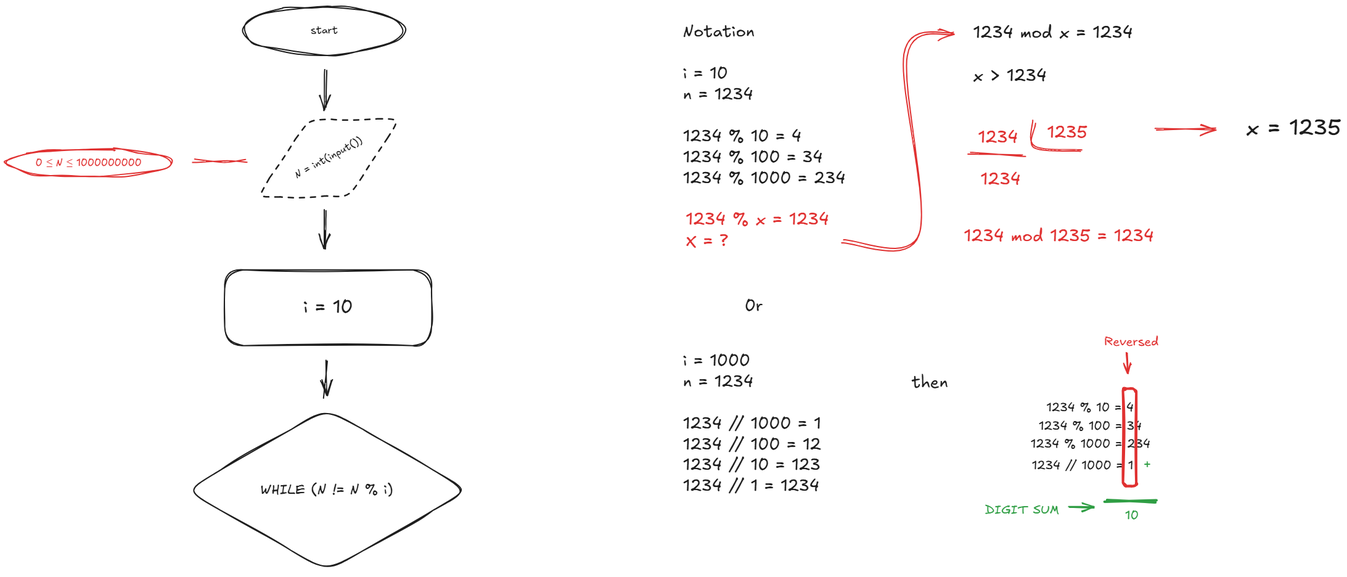
samuelgs008/AI-Journey keeps this Excalidraw diagram as 01-python-foundations/01-fundamentals/16-challenge-reverse-number/.excalidraw.png. Above is the earlier version. Source tidied: one line per element, renumbered; positions are measured from the earlier drawing's top-left corner, leaving out a move shared by most shapes.
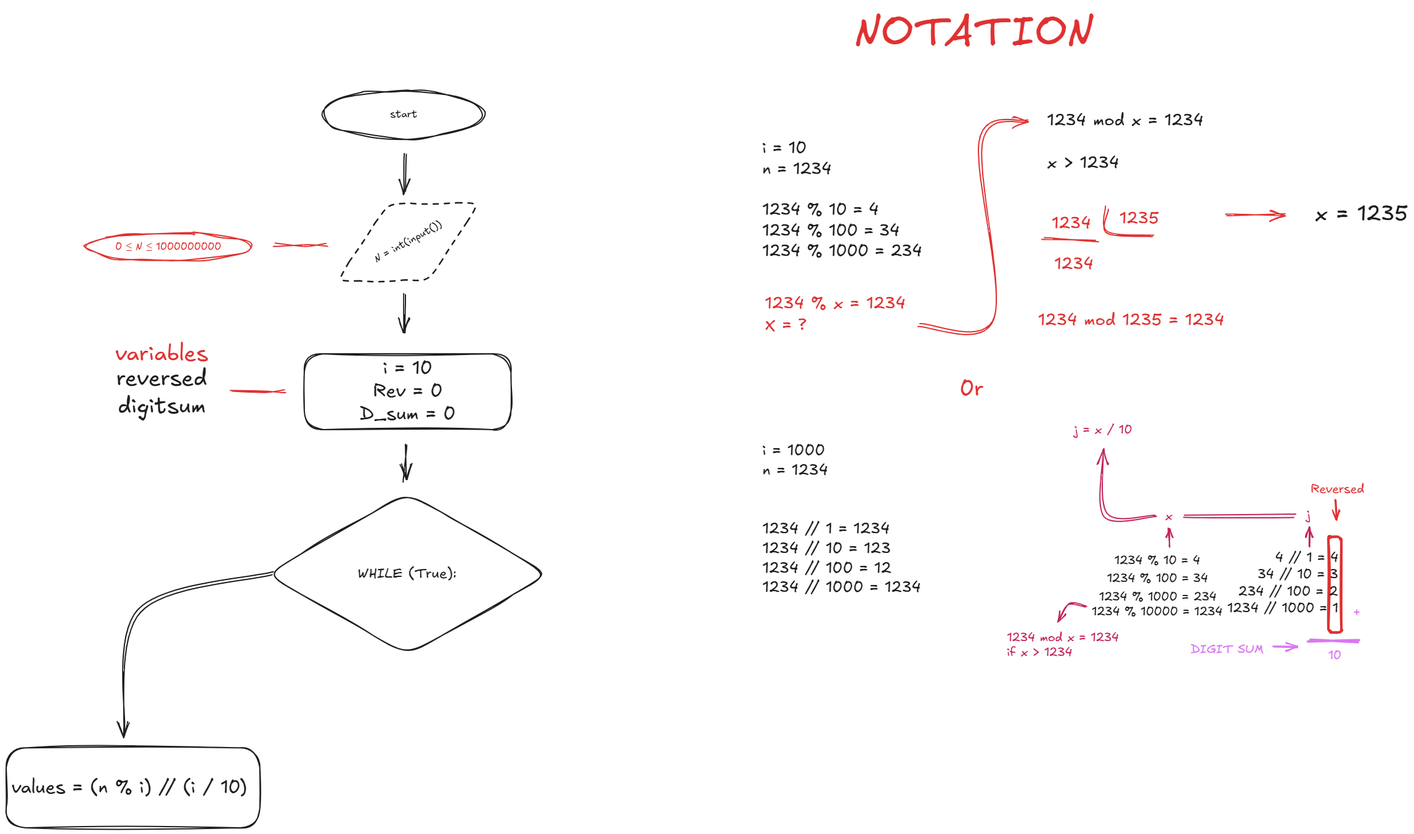
Above is the later version.

Commit message:
Update exercise 16 attempt and drawing

What changed in the source:
```diff
@@ -1,41 +1,57 @@
 {"id": 0, "type": "ellipse", "strokeColor": "#e03131", "strokeWidth": 2, "roughness": 2, "round": true, "x": 0, "y": 232, "width": 267, "height": 45}
 {"id": 1, "type": "text", "text": "0 ≤ N ≤ 1000000000", "strokeColor": "#e03131", "strokeWidth": 2, "roughness": 2, "fontSize": 16.54, "fontFamily": 5, "textAlign": "center", "verticalAlign": "middle", "inside": 0, "x": 48, "y": 244, "width": 172, "height": 21}
-{"id": 2, "type": "line", "strokeColor": "#e03131", "angle": 4.7, "strokeWidth": 2, "roughness": 2, "round": true, "x": 345, "y": 294, "width": 2, "height": 88, "points": [[0, 0], [2, -34], [2, -88]]}
+{"id": 2, "type": "line", "strokeColor": "#e03131", "angle": 4.7, "strokeWidth": 2, "roughness": 2, "round": true, "x": 346, "y": 294, "width": 2, "height": 88, "points": [[0, 0], [2, -34], [2, -88]]}
 {"id": 3, "type": "ellipse", "strokeColor": "#1e1e1e", "strokeWidth": 2, "roughness": 2, "round": true, "x": 385, "y": 0, "width": 262, "height": 79}
 {"id": 4, "type": "text", "text": "start", "strokeColor": "#1e1e1e", "strokeWidth": 2, "roughness": 2, "fontSize": 16.54, "fontFamily": 5, "textAlign": "center", "verticalAlign": "middle", "inside": 3, "x": 494, "y": 29, "width": 44, "height": 21}
 {"id": 5, "type": "diamond", "strokeColor": "#1e1e1e", "angle": 5.78, "strokeWidth": 2, "strokeStyle": "dashed", "roughness": 2, "round": true, "x": 390, "y": 176, "width": 266, "height": 140}
 {"id": 6, "type": "text", "text": "N = int(input())", "strokeColor": "#1e1e1e", "angle": 5.78, "strokeWidth": 2, "strokeStyle": "dashed", "roughness": 2, "fontSize": 16.54, "fontFamily": 5, "textAlign": "center", "verticalAlign": "middle", "inside": 5, "x": 462, "y": 236, "width": 122, "height": 21}
-{"id": 7, "type": "diamond", "strokeColor": "#1e1e1e", "strokeWidth": 2, "roughness": 2, "round": true, "x": 291, "y": 653, "width": 459, "height": 264}
+{"id": 7, "type": "diamond", "strokeColor": "#1e1e1e", "strokeWidth": 2, "roughness": 2, "round": true, "x": 292, "y": 653, "width": 459, "height": 264}
-{"id": 8, "type": "text", "text": "WHILE (N != N % i)", "strokeColor": "#1e1e1e", "strokeWidth": 2, "roughness": 2, "fontSize": 23.16, "fontFamily": 5, "textAlign": "center", "verticalAlign": "middle", "inside": 7, "x": 412, "y": 771, "width": 215, "height": 29}
+{"id": 8, "type": "text", "text": "WHILE (True):", "strokeColor": "#1e1e1e", "strokeWidth": 2, "roughness": 2, "fontSize": 23.16, "fontFamily": 5, "textAlign": "center", "verticalAlign": "middle", "inside": 7, "x": 441, "y": 771, "width": 161, "height": 29}
 {"id": 9, "type": "rectangle", "strokeColor": "#1e1e1e", "strokeWidth": 2, "roughness": 2, "round": true, "x": 354, "y": 428, "width": 336, "height": 123}
-{"id": 10, "type": "text", "text": "i = 10", "strokeColor": "#1e1e1e", "strokeWidth": 2, "roughness": 2, "fontSize": 29.77, "fontFamily": 5, "textAlign": "center", "verticalAlign": "middle", "inside": 9, "x": 482, "y": 471, "width": 80, "height": 37}
+{"id": 10, "type": "text", "text": "i = 10\nRev = 0\nD_sum = 0", "strokeColor": "#1e1e1e", "strokeWidth": 2, "roughness": 2, "fontSize": 29.77, "fontFamily": 5, "textAlign": "center", "verticalAlign": "middle", "inside": 9, "x": 445, "y": 433, "width": 155, "height": 112}
 {"id": 11, "type": "arrow", "strokeColor": "#1e1e1e", "strokeWidth": 2, "roughness": 2, "endArrowhead": "arrow", "round": true, "x": 519, "y": 574, "width": 1, "height": 61, "points": [[0, 0], [-1, 61]]}
 {"id": 12, "type": "arrow", "strokeColor": "#1e1e1e", "strokeWidth": 2, "roughness": 2, "endArrowhead": "arrow", "round": true, "x": 517, "y": 330, "width": 1, "height": 61, "points": [[0, 0], [-1, 61]]}
 {"id": 13, "type": "arrow", "strokeColor": "#1e1e1e", "strokeWidth": 2, "roughness": 2, "endArrowhead": "arrow", "round": true, "x": 520, "y": 102, "width": 1, "height": 61, "points": [[0, 0], [-1, 61]]}
-{"id": 14, "type": "text", "text": "Notation\n\ni = 10\nn = 1234\n\n1234 % 10 = 4\n1234 % 100 = 34\n1234 % 1000 = 234", "strokeColor": "#1e1e1e", "strokeWidth": 2, "roughness": 2, "fontSize": 27.17, "fontFamily": 5, "x": 1098, "y": 25, "width": 264, "height": 272}
+{"id": 14, "type": "text", "text": "\n\ni = 10\nn = 1234\n\n1234 % 10 = 4\n1234 % 100 = 34\n1234 % 1000 = 234", "strokeColor": "#1e1e1e", "strokeWidth": 2, "roughness": 2, "fontSize": 26.67, "fontFamily": 5, "x": 1098, "y": 12, "width": 259, "height": 267}
-{"id": 15, "type": "text", "text": "1234 mod x = 1234\n\nx > 1234\n \n", "strokeColor": "#1e1e1e", "strokeWidth": 2, "roughness": 2, "fontSize": 28, "fontFamily": 5, "x": 1569, "y": 27, "width": 259, "height": 175}
+{"id": 15, "type": "text", "text": "1234 mod x = 1234\n\nx > 1234\n \n", "strokeColor": "#1e1e1e", "strokeWidth": 2, "roughness": 2, "fontSize": 27.49, "fontFamily": 5, "x": 1560, "y": 33, "width": 254, "height": 172}
-{"id": 16, "type": "text", "text": "1234 % x = 1234\nX = ?", "strokeColor": "#e03131", "strokeWidth": 2, "roughness": 2, "fontSize": 28, "fontFamily": 5, "x": 1102, "y": 329, "width": 233, "height": 70}
+{"id": 16, "type": "text", "text": "1234 % x = 1234\nX = ?", "strokeColor": "#e03131", "strokeWidth": 2, "roughness": 2, "fontSize": 27.49, "fontFamily": 5, "x": 1102, "y": 330, "width": 228, "height": 69}
-{"id": 17, "type": "arrow", "strokeColor": "#e03131", "strokeWidth": 2, "roughness": 2, "endArrowhead": "arrow", "round": true, "x": 1358, "y": 382, "width": 179, "height": 340, "points": [[0, 0], [121, -14], [101, -304], [179, -340]]}
+{"id": 17, "type": "arrow", "strokeColor": "#e03131", "strokeWidth": 2, "roughness": 2, "endArrowhead": "arrow", "round": true, "x": 1353, "y": 381, "width": 175, "height": 334, "points": [[0, 0], [119, -14], [99, -298], [175, -334]]}
-{"id": 18, "type": "text", "text": "1234", "strokeColor": "#e03131", "strokeWidth": 2, "roughness": 2, "fontSize": 28, "fontFamily": 5, "x": 1576, "y": 196, "width": 65, "height": 35}
+{"id": 18, "type": "text", "text": "1234", "strokeColor": "#e03131", "strokeWidth": 2, "roughness": 2, "fontSize": 27.49, "fontFamily": 5, "x": 1568, "y": 199, "width": 64, "height": 34}
-{"id": 19, "type": "line", "strokeColor": "#e03131", "strokeWidth": 2, "roughness": 2, "round": true, "x": 1666, "y": 187, "width": 79, "height": 48, "points": [[0, 0], [0, 42], [79, 48]]}
+{"id": 19, "type": "line", "strokeColor": "#e03131", "strokeWidth": 2, "roughness": 2, "round": true, "x": 1656, "y": 190, "width": 77, "height": 47, "points": [[0, 0], [0, 41], [77, 47]]}
-{"id": 20, "type": "text", "text": "1235", "strokeColor": "#e03131", "strokeWidth": 2, "roughness": 2, "fontSize": 28, "fontFamily": 5, "x": 1688, "y": 189, "width": 66, "height": 35}
+{"id": 20, "type": "text", "text": "1235", "strokeColor": "#e03131", "strokeWidth": 2, "roughness": 2, "fontSize": 27.49, "fontFamily": 5, "x": 1678, "y": 192, "width": 65, "height": 34}
-{"id": 21, "type": "text", "text": "1234 mod 1235 = 1234", "strokeColor": "#e03131", "strokeWidth": 2, "roughness": 2, "fontSize": 28, "fontFamily": 5, "x": 1554, "y": 356, "width": 308, "height": 35}
+{"id": 21, "type": "text", "text": "1234 mod 1235 = 1234", "strokeColor": "#e03131", "strokeWidth": 2, "roughness": 2, "fontSize": 27.49, "fontFamily": 5, "x": 1545, "y": 356, "width": 303, "height": 34}
-{"id": 22, "type": "line", "strokeColor": "#e03131", "strokeWidth": 2, "roughness": 2, "round": true, "x": 1562, "y": 241, "width": 89, "height": 3, "points": [[0, 0], [89, 3]]}
+{"id": 22, "type": "line", "strokeColor": "#e03131", "strokeWidth": 2, "roughness": 2, "round": true, "x": 1554, "y": 243, "width": 87, "height": 3, "points": [[0, 0], [87, 3]]}
-{"id": 23, "type": "text", "text": "1234", "strokeColor": "#e03131", "strokeWidth": 2, "roughness": 2, "fontSize": 28, "fontFamily": 5, "x": 1581, "y": 264, "width": 65, "height": 35}
+{"id": 23, "type": "text", "text": "1234", "strokeColor": "#e03131", "strokeWidth": 2, "roughness": 2, "fontSize": 27.49, "fontFamily": 5, "x": 1572, "y": 266, "width": 64, "height": 34}
-{"id": 24, "type": "text", "text": "x = 1235", "strokeColor": "#1e1e1e", "strokeWidth": 2, "roughness": 2, "fontSize": 36, "fontFamily": 5, "x": 2011, "y": 177, "width": 155, "height": 45}
+{"id": 24, "type": "text", "text": "x = 1235", "strokeColor": "#1e1e1e", "strokeWidth": 2, "roughness": 2, "fontSize": 35.35, "fontFamily": 5, "x": 1995, "y": 180, "width": 152, "height": 44}
-{"id": 25, "type": "arrow", "strokeColor": "#e03131", "strokeWidth": 2, "roughness": 2, "endArrowhead": "arrow", "round": true, "x": 1864, "y": 201, "width": 96, "height": 2, "points": [[0, 0], [96, -2]]}
+{"id": 25, "type": "arrow", "strokeColor": "#e03131", "strokeWidth": 2, "roughness": 2, "endArrowhead": "arrow", "round": true, "x": 1850, "y": 204, "width": 94, "height": 2, "points": [[0, 0], [94, -2]]}
-{"id": 26, "type": "text", "text": "0r", "strokeColor": "#1e1e1e", "strokeWidth": 2, "roughness": 2, "fontSize": 27.17, "fontFamily": 5, "x": 1198, "y": 470, "width": 29, "height": 34}
+{"id": 26, "type": "text", "text": "0r", "strokeColor": "#e03131", "strokeWidth": 2, "roughness": 2, "fontSize": 36, "fontFamily": 5, "x": 1418, "y": 463, "width": 39, "height": 45}
-{"id": 27, "type": "text", "text": "\ni = 1000\nn = 1234\n\n1234 // 1000 = 1\n1234 // 100 = 12\n1234 // 10 = 123\n1234 // 1 = 1234", "strokeColor": "#1e1e1e", "strokeWidth": 2, "roughness": 2, "fontSize": 27.17, "fontFamily": 5, "x": 1098, "y": 525, "width": 250, "height": 272}
+{"id": 27, "type": "text", "text": "\ni = 1000\nn = 1234\n\n\n1234 // 1 = 1234\n1234 // 10 = 123\n1234 // 100 = 12\n1234 // 1000 = 1234\n", "strokeColor": "#1e1e1e", "strokeWidth": 2, "roughness": 2, "fontSize": 25.43, "fontFamily": 5, "x": 1098, "y": 537, "width": 277, "height": 318}
-{"id": 28, "type": "text", "text": "then", "strokeColor": "#1e1e1e", "strokeWidth": 2, "roughness": 2, "fontSize": 27.17, "fontFamily": 5, "x": 1469, "y": 594, "width": 59, "height": 34}
-{"id": 29, "type": "text", "text": "1234 % 10 = 4", "strokeColor": "#1e1e1e", "strokeWidth": 2, "roughness": 2, "fontSize": 20, "fontFamily": 5, "x": 1687, "y": 639, "width": 141, "height": 25}
+{"id": 29, "type": "text", "text": "1234 % 10 = 4", "strokeColor": "#1e1e1e", "strokeWidth": 2, "roughness": 2, "fontSize": 19.64, "fontFamily": 5, "x": 1669, "y": 752, "width": 139, "height": 25}
-{"id": 30, "type": "text", "text": "1234 % 100 = 34", "strokeColor": "#1e1e1e", "strokeWidth": 2, "roughness": 2, "fontSize": 20, "fontFamily": 5, "x": 1675, "y": 669, "width": 167, "height": 25}
+{"id": 30, "type": "text", "text": "1234 % 100 = 34", "strokeColor": "#1e1e1e", "strokeWidth": 2, "roughness": 2, "fontSize": 19.64, "fontFamily": 5, "x": 1657, "y": 781, "width": 164, "height": 25}
-{"id": 31, "type": "text", "text": "1234 % 1000 = 234", "strokeColor": "#1e1e1e", "strokeWidth": 2, "roughness": 2, "fontSize": 20, "fontFamily": 5, "x": 1662, "y": 699, "width": 194, "height": 25}
+{"id": 31, "type": "text", "text": "1234 % 1000 = 234", "strokeColor": "#1e1e1e", "strokeWidth": 2, "roughness": 2, "fontSize": 19.64, "fontFamily": 5, "x": 1644, "y": 810, "width": 191, "height": 25}
-{"id": 32, "type": "text", "text": "1234 // 1000 = 1", "strokeColor": "#1e1e1e", "strokeWidth": 2, "roughness": 2, "fontSize": 20, "fontFamily": 5, "x": 1664, "y": 734, "width": 165, "height": 25}
-{"id": 33, "type": "rectangle", "strokeColor": "#e03131", "strokeWidth": 4, "roughness": 2, "round": true, "x": 1812, "y": 620, "width": 22, "height": 158}
+{"id": 33, "type": "rectangle", "strokeColor": "#e03131", "strokeWidth": 4, "roughness": 2, "round": true, "x": 2017, "y": 725, "width": 21, "height": 155}
-{"id": 34, "type": "text", "text": "Reversed", "strokeColor": "#e03131", "strokeWidth": 4, "roughness": 2, "fontSize": 20, "fontFamily": 5, "x": 1781, "y": 533, "width": 89, "height": 25}
+{"id": 34, "type": "text", "text": "Reversed", "strokeColor": "#e03131", "strokeWidth": 4, "roughness": 2, "fontSize": 19.64, "fontFamily": 5, "x": 1988, "y": 635, "width": 87, "height": 25}
-{"id": 35, "type": "text", "text": "+", "strokeColor": "#2f9e44", "strokeWidth": 4, "roughness": 2, "fontSize": 20, "fontFamily": 5, "x": 1845, "y": 731, "width": 11, "height": 25}
+{"id": 35, "type": "text", "text": "+", "strokeColor": "#da77f2", "strokeWidth": 4, "roughness": 2, "fontSize": 19.64, "fontFamily": 5, "x": 2057, "y": 835, "width": 11, "height": 25}
-{"id": 36, "type": "line", "strokeColor": "#2f9e44", "strokeWidth": 4, "roughness": 2, "round": true, "x": 1784, "y": 805, "width": 81, "height": 3, "points": [[0, 0], [81, -3]]}
+{"id": 36, "type": "line", "strokeColor": "#da77f2", "strokeWidth": 4, "roughness": 2, "round": true, "x": 1986, "y": 895, "width": 80, "height": 2, "points": [[0, 0], [80, -2]]}
-{"id": 37, "type": "text", "text": "10\n", "strokeColor": "#2f9e44", "strokeWidth": 4, "roughness": 2, "fontSize": 20, "fontFamily": 5, "x": 1815, "y": 815, "width": 22, "height": 50}
+{"id": 37, "type": "text", "text": "10\n", "strokeColor": "#da77f2", "strokeWidth": 4, "roughness": 2, "fontSize": 19.64, "fontFamily": 5, "x": 2016, "y": 905, "width": 21, "height": 49}
-{"id": 38, "type": "text", "text": "DIGIT SUM", "strokeColor": "#2f9e44", "strokeWidth": 4, "roughness": 2, "fontSize": 20, "fontFamily": 5, "x": 1588, "y": 805, "width": 120, "height": 25}
+{"id": 38, "type": "text", "text": "DIGIT SUM", "strokeColor": "#da77f2", "strokeWidth": 4, "roughness": 2, "fontSize": 19.64, "fontFamily": 5, "x": 1793, "y": 896, "width": 118, "height": 25}
-{"id": 39, "type": "arrow", "strokeColor": "#2f9e44", "strokeWidth": 2, "roughness": 2, "endArrowhead": "arrow", "round": true, "x": 1724, "y": 813, "width": 39, "height": 0, "points": [[0, 0], [39, 0]]}
+{"id": 39, "type": "arrow", "strokeColor": "#da77f2", "strokeWidth": 2, "roughness": 2, "endArrowhead": "arrow", "round": true, "x": 1927, "y": 903, "width": 38, "height": 0, "points": [[0, 0], [38, 0]]}
-{"id": 40, "type": "arrow", "strokeColor": "#e03131", "strokeWidth": 2, "roughness": 2, "endArrowhead": "arrow", "round": true, "x": 1818, "y": 562, "width": 0, "height": 32, "points": [[0, 0], [0, 32]]}
+{"id": 40, "type": "arrow", "strokeColor": "#e03131", "strokeWidth": 2, "roughness": 2, "endArrowhead": "arrow", "round": true, "x": 2029, "y": 664, "width": 0, "height": 32, "points": [[0, 0], [0, 32]]}
+{"id": 41, "type": "text", "text": "NOTATION", "strokeColor": "#e03131", "strokeWidth": 2, "roughness": 2, "fontSize": 70.46, "fontFamily": 5, "x": 1247, "y": -136, "width": 390, "height": 88}
+{"id": 42, "type": "text", "text": "4 // 1 = 4\n34 // 10 = 3\n234 // 100 = 2\n1234 // 1000 = 1\n\n", "strokeColor": "#1e1e1e", "strokeWidth": 2, "roughness": 2, "fontSize": 21.89, "fontFamily": 5, "textAlign": "right", "x": 1853, "y": 745, "width": 180, "height": 164}
+{"id": 43, "type": "text", "text": "x", "strokeColor": "#c2255c", "strokeWidth": 2, "roughness": 2, "fontSize": 20, "fontFamily": 5, "textAlign": "right", "x": 1752, "y": 679, "width": 12, "height": 25}
+{"id": 44, "type": "arrow", "strokeColor": "#c2255c", "strokeWidth": 2, "roughness": 2, "endArrowhead": "arrow", "round": true, "from": 29, "x": 1758, "y": 742, "width": 1, "height": 31, "points": [[0, 0], [-1, -31]]}
+{"id": 45, "type": "arrow", "strokeColor": "#c2255c", "strokeWidth": 2, "roughness": 2, "endArrowhead": "arrow", "round": true, "x": 1986, "y": 741, "width": 0, "height": 32, "points": [[0, 0], [0, -32]]}
+{"id": 46, "type": "text", "text": "j", "strokeColor": "#c2255c", "strokeWidth": 2, "roughness": 2, "fontSize": 20, "fontFamily": 5, "textAlign": "right", "x": 1981, "y": 676, "width": 7, "height": 25}
+{"id": 47, "type": "arrow", "strokeColor": "#c2255c", "strokeWidth": 2, "roughness": 2, "endArrowhead": "arrow", "round": true, "x": 1735, "y": 690, "width": 86, "height": 107, "points": [[0, 0], [-81, 1], [-86, -106]]}
+{"id": 48, "type": "line", "strokeColor": "#c2255c", "strokeWidth": 2, "roughness": 2, "round": true, "x": 1963, "y": 689, "width": 182, "height": 0, "points": [[0, 0], [-182, 0]]}
+{"id": 49, "type": "text", "text": "j = x / 10", "strokeColor": "#c2255c", "strokeWidth": 2, "roughness": 2, "fontSize": 20, "fontFamily": 5, "textAlign": "center", "x": 1604, "y": 539, "width": 94, "height": 25}
+{"id": 50, "type": "text", "text": "1234 % 10000 = 1234", "strokeColor": "#1e1e1e", "strokeWidth": 2, "roughness": 2, "fontSize": 19.64, "fontFamily": 5, "x": 1633, "y": 834, "width": 212, "height": 25}
+{"id": 51, "type": "text", "text": "1234 mod x = 1234\nif x > 1234\n ", "strokeColor": "#c2255c", "strokeWidth": 2, "roughness": 2, "fontSize": 19.64, "fontFamily": 5, "x": 1495, "y": 876, "width": 182, "height": 74}
+{"id": 52, "type": "arrow", "strokeColor": "#c2255c", "strokeWidth": 2, "roughness": 2, "endArrowhead": "arrow", "round": true, "from": 50, "to": 51, "x": 1623, "y": 839, "width": 44, "height": 26, "points": [[0, 0], [-27, -4], [-44, 22]]}
+{"id": 53, "type": "text", "text": "reversed\ndigitsum", "strokeColor": "#1e1e1e", "strokeWidth": 2, "roughness": 2, "fontSize": 36, "fontFamily": 5, "textAlign": "center", "x": 50, "y": 446, "width": 147, "height": 90}
+{"id": 54, "type": "text", "text": "variables", "strokeColor": "#e03131", "strokeWidth": 2, "roughness": 2, "fontSize": 36, "fontFamily": 5, "textAlign": "center", "x": 48, "y": 406, "width": 151, "height": 45}
+{"id": 55, "type": "line", "strokeColor": "#e03131", "angle": 4.7, "strokeWidth": 2, "roughness": 2, "round": true, "x": 278, "y": 532, "width": 2, "height": 88, "points": [[0, 0], [2, -34], [2, -88]]}
+{"id": 56, "type": "arrow", "strokeColor": "#1e1e1e", "strokeWidth": 2, "roughness": 2, "endArrowhead": "arrow", "round": true, "from": 7, "x": 302, "y": 784, "width": 239, "height": 265, "points": [[0, 0], [-215, 59], [-239, 265]]}
+{"id": 57, "type": "rectangle", "strokeColor": "#1e1e1e", "strokeWidth": 2, "roughness": 2, "round": true, "x": -129, "y": 1067, "width": 412, "height": 130}
+{"id": 58, "type": "text", "text": "values = (n % i) // (i / 10) ", "strokeColor": "#1e1e1e", "strokeWidth": 2, "roughness": 2, "fontSize": 29.77, "fontFamily": 5, "textAlign": "center", "verticalAlign": "middle", "inside": 57, "x": -120, "y": 1113, "width": 394, "height": 37}
```
